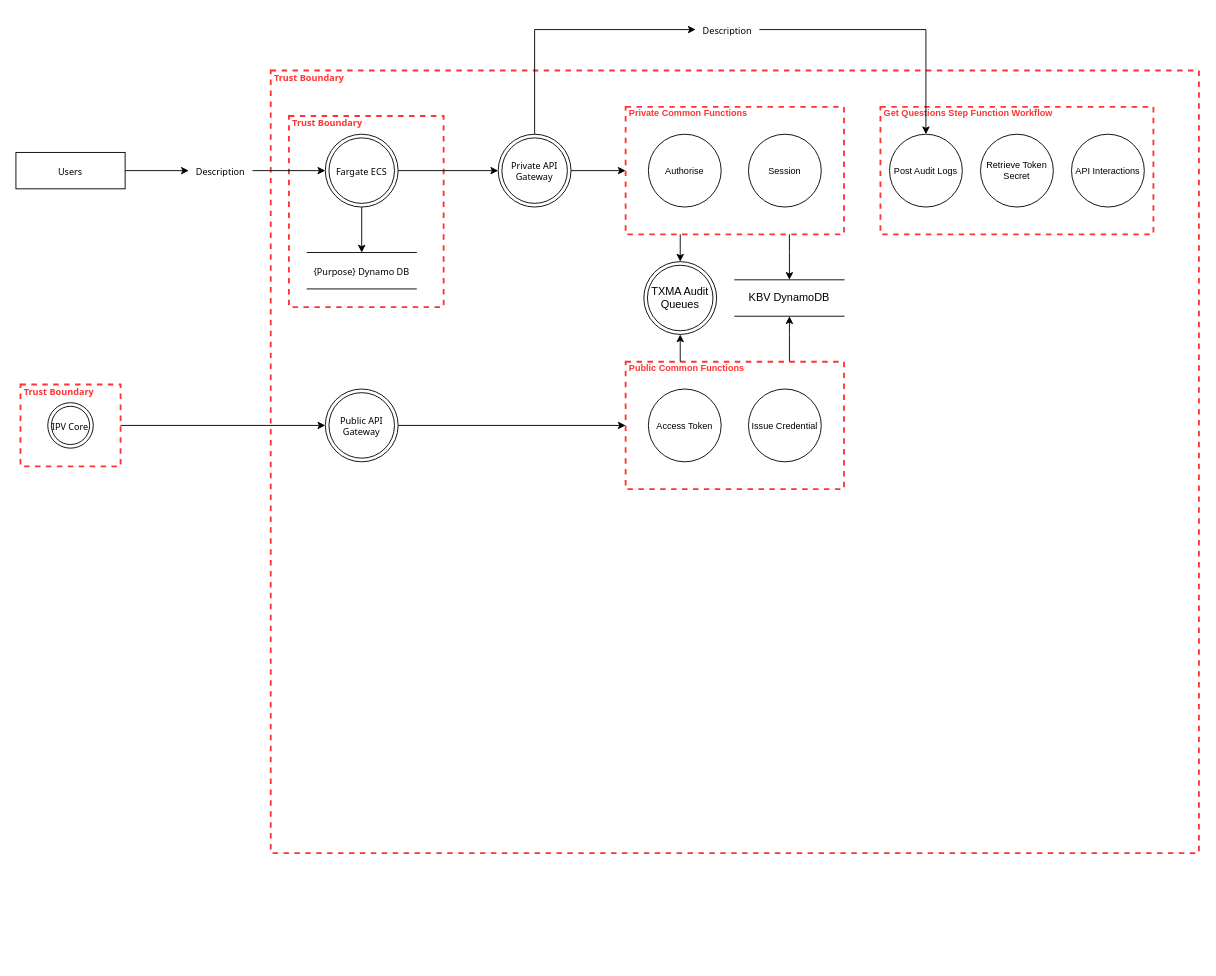
Jim-Sweeting/Drawio keeps this draw.io diagram as Untitled Diagram.drawio. Above is the earlier version. Source tidied: cells renumbered, new cells numbered last; positions are measured from the earlier drawing's top-left corner, leaving out a move shared by most shapes. Both pictures are drawn from the tidied source at 91%, with x=0, y=0 at pixel (15, 15).
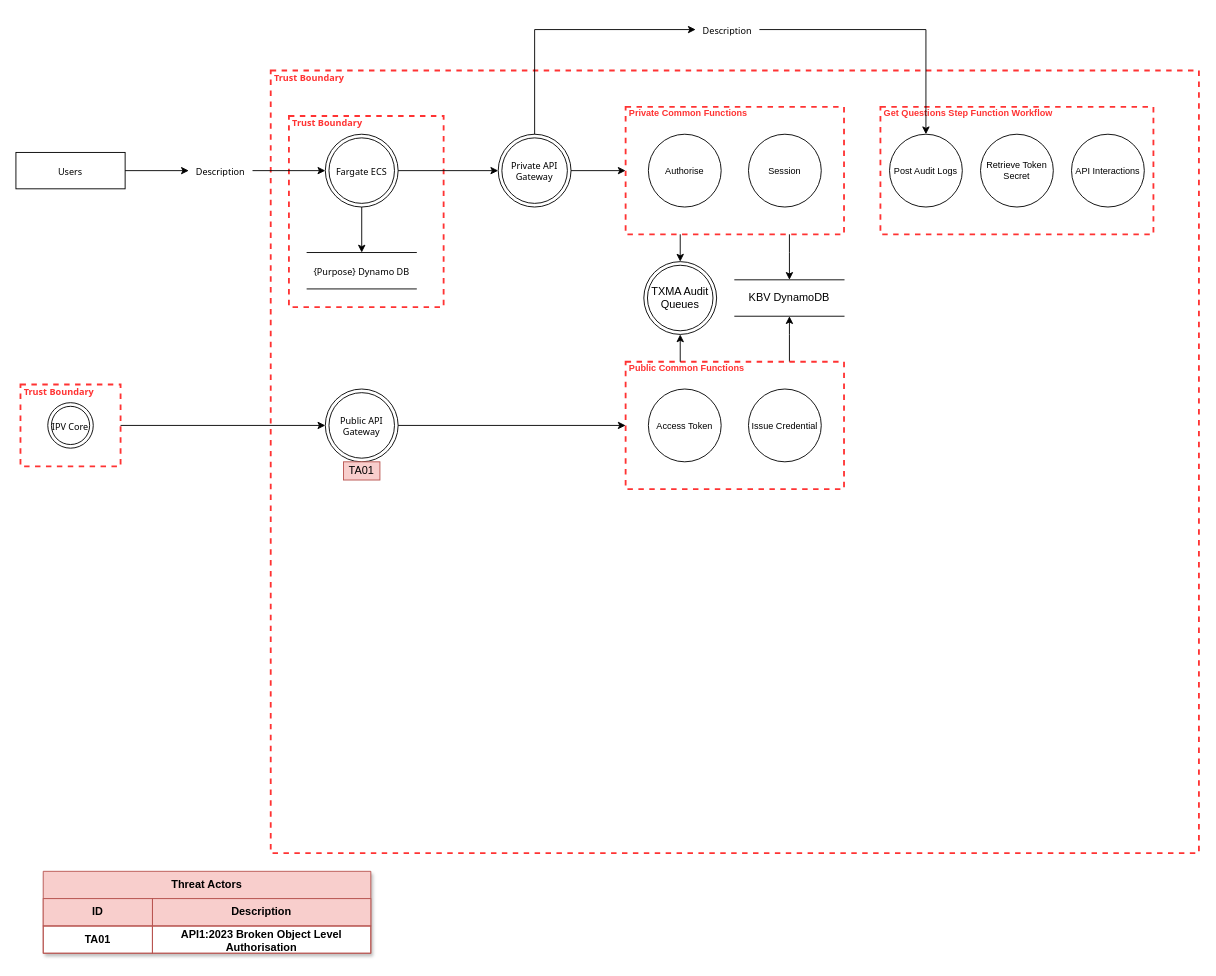
After the change.

Commit message:
Added first threat actor label

Diff of the diagram source:
```diff
@@
+    <mxCell id="38" value="TA01" style="text;html=1;strokeColor=#b85450;fillColor=#f8cecc;align=center;verticalAlign=middle;whiteSpace=wrap;overflow=hidden;" parent="1" vertex="1">
+      <mxGeometry x="360" y="490" width="40" height="20" as="geometry" />
+    </mxCell>
+    <mxCell id="39" value="Threat Actors" style="shape=table;startSize=30;childLayout=tableLayout;fillColor=#F8CECC;strokeColor=#B85450;fontStyle=1;shadow=1;swimlaneFillColor=#FFFFFF;fontColor=#000000;whiteSpace=wrap;html=1;" parent="1" vertex="1">
+      <mxGeometry x="30" y="940" width="360" height="90" as="geometry" />
+    </mxCell>
+    <mxCell id="40" style="shape=tableRow;horizontal=0;startSize=0;swimlaneHead=0;swimlaneBody=0;strokeColor=inherit;top=0;left=0;bottom=0;right=0;fillColor=inherit;fontSize=16;fontColor=#000000;" parent="39" vertex="1">
+      <mxGeometry y="30" width="360" height="30" as="geometry" />
+    </mxCell>
+    <mxCell id="41" value="ID" style="html=1;whiteSpace=wrap;strokeColor=inherit;overflow=hidden;fillColor=none;fontColor=#000000;fontStyle=1;" parent="40" vertex="1">
+      <mxGeometry width="120" height="30" as="geometry" />
+    </mxCell>
+    <mxCell id="42" value="Description" style="html=1;whiteSpace=wrap;strokeColor=inherit;overflow=hidden;fillColor=none;fontColor=#000000;fontStyle=1;" parent="40" vertex="1">
+      <mxGeometry x="120" width="240" height="30" as="geometry" />
+    </mxCell>
+    <mxCell id="43" style="shape=tableRow;horizontal=0;startSize=0;swimlaneHead=0;swimlaneBody=0;strokeColor=inherit;top=0;left=0;bottom=0;right=0;fillColor=none;fontSize=16;fontColor=#000000;" parent="39" vertex="1">
+      <mxGeometry y="60" width="360" height="30" as="geometry" />
+    </mxCell>
+    <mxCell id="44" value="TA01" style="html=1;whiteSpace=wrap;strokeColor=inherit;overflow=hidden;fillColor=none;fontColor=#000000;fontStyle=1;" parent="43" vertex="1">
+      <mxGeometry width="120" height="30" as="geometry" />
+    </mxCell>
+    <mxCell id="45" value="API1:2023 Broken Object Level Authorisation" style="html=1;whiteSpace=wrap;strokeColor=inherit;overflow=hidden;fillColor=none;fontColor=#000000;fontStyle=1;" parent="43" vertex="1">
+      <mxGeometry x="120" width="240" height="30" as="geometry" />
+    </mxCell>
```
